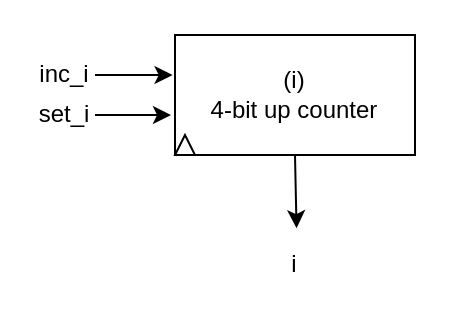
The draw.io diagram i_up_counter.drawio in 0xByteRush/COE302, before the edit. Source tidied: cells renumbered, new cells numbered last; positions are measured from the earlier drawing's top-left corner, leaving out a move shared by most shapes. Both pictures are drawn from the tidied source at 200%, with x=0, y=0 at pixel (34, 34).
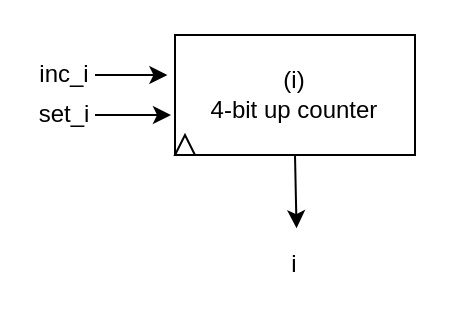
After the change.

Diff of the diagram source:
```diff
@@
 <mxGraphModel>
   <root>
     <mxCell id="0" />
     <mxCell id="1" parent="0" />
     <mxCell id="2" value="(i)&lt;div&gt;4-bit up counter&lt;/div&gt;" style="rounded=0;whiteSpace=wrap;html=1;" parent="1" vertex="1">
       <mxGeometry x="70" width="120" height="60" as="geometry" />
     </mxCell>
     <mxCell id="3" style="triangle;whiteSpace=wrap;html=1;rotation=-90;" parent="1" vertex="1">
       <mxGeometry x="70" y="50" width="10" height="10" as="geometry" />
     </mxCell>
     <mxCell id="4" value="i" style="text;html=1;whiteSpace=wrap;strokeColor=none;fillColor=none;align=center;verticalAlign=middle;rounded=0;" parent="1" vertex="1">
       <mxGeometry x="100" y="100" width="60" height="30" as="geometry" />
     </mxCell>
     <mxCell id="5" style="edgeStyle=orthogonalEdgeStyle;rounded=0;jettySize=auto;html=1;exitX=0.5;exitY=1;exitDx=0;exitDy=0;entryX=0.513;entryY=-0.113;entryDx=0;entryDy=0;entryPerimeter=0;" parent="1" edge="1" source="2" target="4">
       <mxGeometry relative="1" as="geometry" />
     </mxCell>
     <mxCell id="6" value="set_i" style="text;html=1;whiteSpace=wrap;strokeColor=none;fillColor=none;align=center;verticalAlign=middle;rounded=0;" parent="1" vertex="1">
       <mxGeometry y="30" width="30" height="20" as="geometry" />
     </mxCell>
     <mxCell id="7" style="edgeStyle=orthogonalEdgeStyle;rounded=0;jettySize=auto;html=1;exitX=1;exitY=0.5;exitDx=0;exitDy=0;entryX=-0.017;entryY=0.67;entryDx=0;entryDy=0;entryPerimeter=0;" parent="1" edge="1" source="6" target="2">
       <mxGeometry relative="1" as="geometry" />
     </mxCell>
     <mxCell id="8" value="inc_i" style="text;html=1;whiteSpace=wrap;strokeColor=none;fillColor=none;align=center;verticalAlign=middle;rounded=0;" parent="1" vertex="1">
       <mxGeometry y="10" width="30" height="20" as="geometry" />
     </mxCell>
-    <mxCell id="9" style="edgeStyle=orthogonalEdgeStyle;rounded=0;jettySize=auto;html=1;exitX=1;exitY=0.5;exitDx=0;exitDy=0;entryX=-0.01;entryY=0.317;entryDx=0;entryDy=0;entryPerimeter=0;" parent="1" edge="1" source="8" target="2">
+    <mxCell id="9" style="edgeStyle=orthogonalEdgeStyle;rounded=0;jettySize=auto;html=1;exitX=1;exitY=0.5;exitDx=0;exitDy=0;entryX=-0.032;entryY=0.322;entryDx=0;entryDy=0;entryPerimeter=0;" parent="1" edge="1" source="8" target="2">
       <mxGeometry relative="1" as="geometry" />
     </mxCell>
   </root>
 </mxGraphModel>
```
